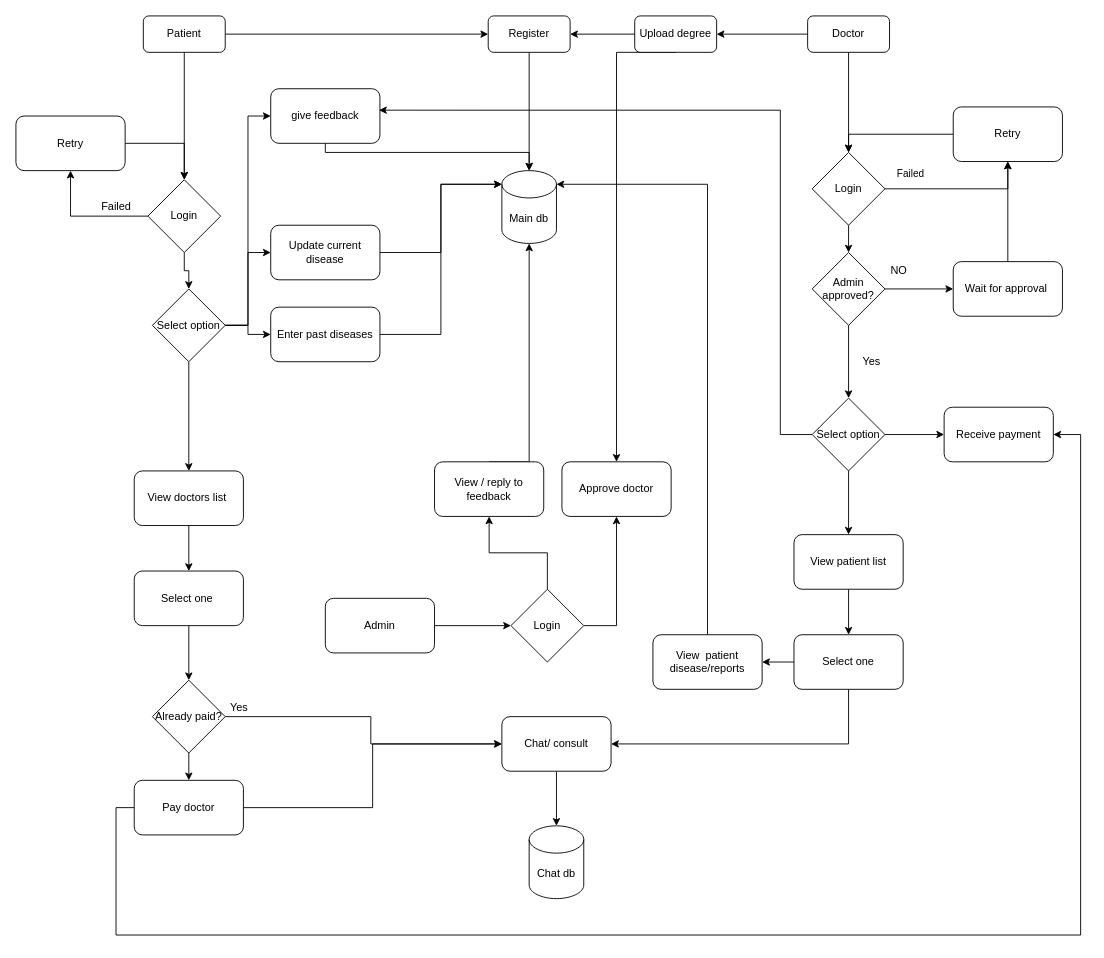
The draw.io diagram page "arch" (5 of 5) of STQA.drawio in MohitBurkule/doctorconnect, before the edit. Source tidied: cells renumbered, new cells numbered last; positions are measured from the earlier drawing's top-left corner, leaving out a move shared by most shapes. Both pictures are drawn from the tidied source at 91%, with x=0, y=0 at pixel (15, 15).
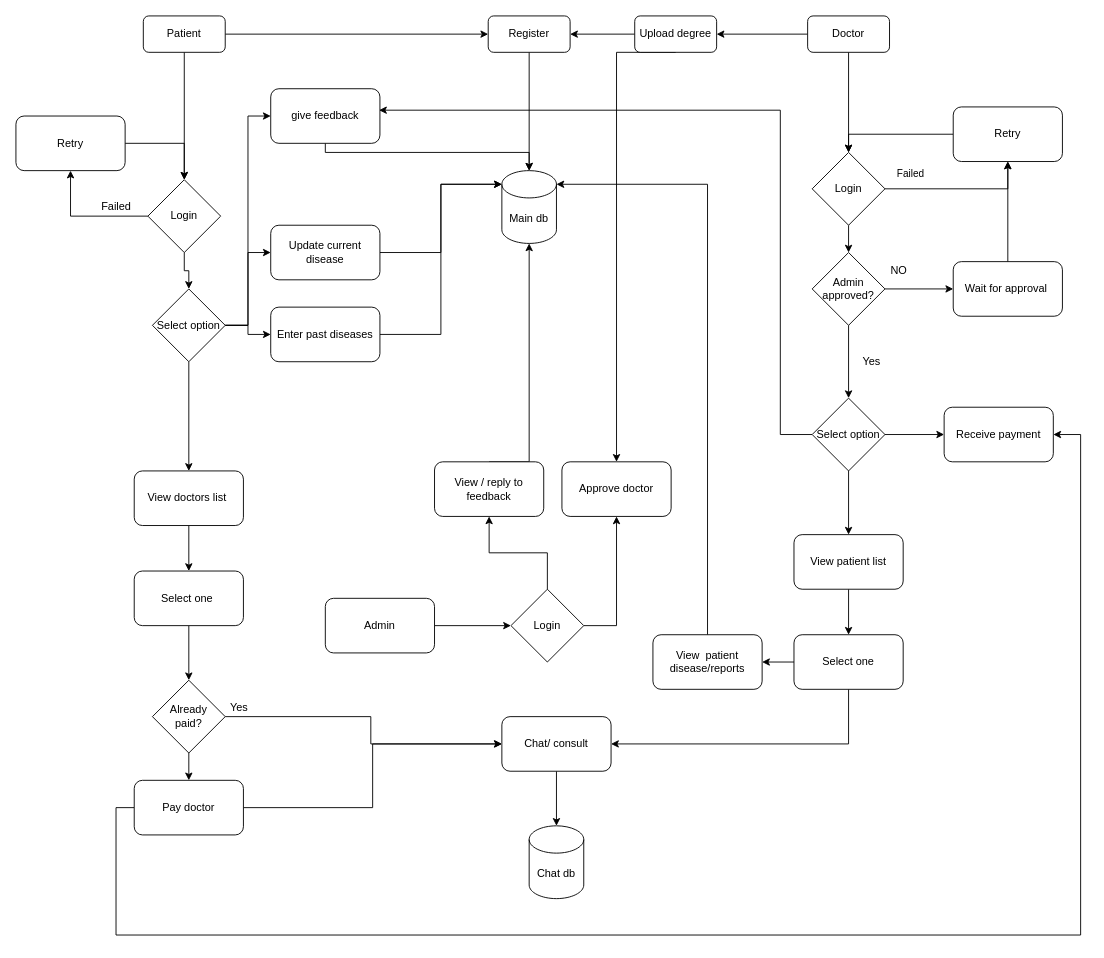
The same diagram, later.

The edit, as a diff of the source:
```diff
@@
-    <mxCell id="26" value="Already paid?" style="rhombus;whiteSpace=wrap;html=1;" parent="1" vertex="1">
+    <mxCell id="26" value="Already &lt;br&gt;paid?" style="rhombus;whiteSpace=wrap;html=1;" parent="1" vertex="1">
       <mxGeometry x="150" y="730" width="80" height="80" as="geometry" />
     </mxCell>
```
